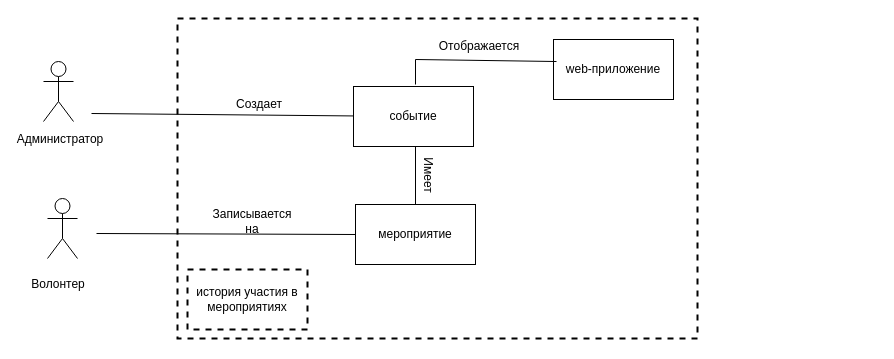
Before: Диаграмма без названия.drawio in Alexander-Bankov/draw, a draw.io diagram. Source tidied: cells renumbered, new cells numbered last; positions are measured from the earlier drawing's top-left corner, leaving out a move shared by most shapes. Both pictures are drawn from the tidied source at 100%, with x=0, y=0 at pixel (28, 18).
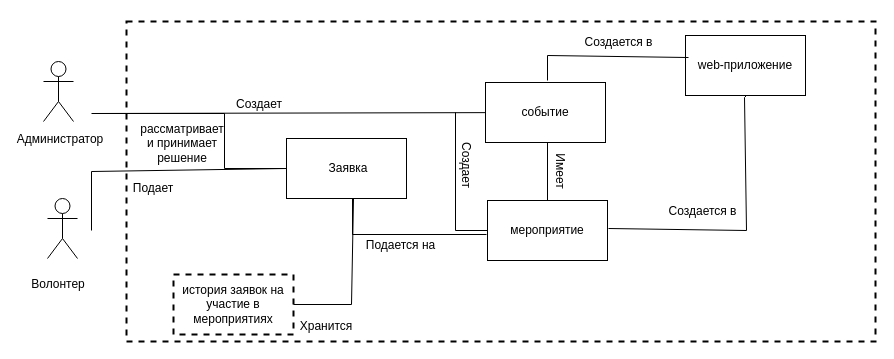
After the change.

The edit, as a diff of the source:
```diff
@@
     <mxCell id="4" style="rounded=0;whiteSpace=wrap;html=1;dashed=1;strokeWidth=2;" parent="1" vertex="1">
-      <mxGeometry x="149" width="520" height="320" as="geometry" />
+      <mxGeometry x="98" y="3" width="749" height="320" as="geometry" />
     </mxCell>
     <mxCell id="5" value="web-приложение" style="rounded=0;whiteSpace=wrap;html=1;" parent="1" vertex="1">
-      <mxGeometry x="525" y="21" width="120" height="60" as="geometry" />
+      <mxGeometry x="657" y="17" width="120" height="60" as="geometry" />
     </mxCell>
     <mxCell id="6" value="событие" style="rounded=0;whiteSpace=wrap;html=1;" parent="1" vertex="1">
-      <mxGeometry x="325" y="68" width="120" height="60" as="geometry" />
+      <mxGeometry x="457" y="64" width="120" height="60" as="geometry" />
     </mxCell>
     <mxCell id="7" value="мероприятие" style="rounded=0;whiteSpace=wrap;html=1;" parent="1" vertex="1">
-      <mxGeometry x="327" y="186" width="120" height="60" as="geometry" />
+      <mxGeometry x="459" y="182" width="120" height="60" as="geometry" />
     </mxCell>
@@
     <mxCell id="10" style="endArrow=none;html=1;rounded=0;entryX=0.025;entryY=0.367;entryDx=0;entryDy=0;entryPerimeter=0;" parent="1" edge="1" target="5">
       <mxGeometry relative="1" as="geometry">
-        <mxPoint x="387" y="66" as="sourcePoint" />
+        <mxPoint x="519" y="62" as="sourcePoint" />
         <Array as="points">
-          <mxPoint x="387" y="41" />
+          <mxPoint x="519" y="37" />
         </Array>
       </mxGeometry>
     </mxCell>
-    <mxCell id="11" value="Отображается" style="text;html=1;align=center;verticalAlign=middle;whiteSpace=wrap;rounded=0;" parent="1" vertex="1">
-      <mxGeometry x="421" y="13" width="60" height="30" as="geometry" />
+    <mxCell id="11" value="Создается в" style="text;html=1;align=center;verticalAlign=middle;whiteSpace=wrap;rounded=0;" parent="1" vertex="1">
+      <mxGeometry x="553" y="9" width="75" height="30" as="geometry" />
     </mxCell>
     <mxCell id="12" style="endArrow=none;html=1;rounded=0;exitX=0.5;exitY=0;exitDx=0;exitDy=0;" parent="1" edge="1" source="7">
       <mxGeometry relative="1" as="geometry">
-        <mxPoint x="387" y="128" as="targetPoint" />
+        <mxPoint x="519" y="124" as="targetPoint" />
       </mxGeometry>
     </mxCell>
     <mxCell id="13" value="Имеет" style="text;html=1;align=center;verticalAlign=middle;whiteSpace=wrap;rounded=0;rotation=90;" parent="1" vertex="1">
-      <mxGeometry x="370" y="142" width="60" height="30" as="geometry" />
+      <mxGeometry x="502" y="138" width="60" height="30" as="geometry" />
     </mxCell>
-    <mxCell id="14" value="история участия в мероприятиях" style="rounded=0;whiteSpace=wrap;html=1;dashed=1;strokeWidth=2;" parent="1" vertex="1">
-      <mxGeometry x="159" y="251" width="120" height="60" as="geometry" />
+    <mxCell id="14" value="история заявок на участие в мероприятиях" style="rounded=0;whiteSpace=wrap;html=1;dashed=1;strokeWidth=2;" parent="1" vertex="1">
+      <mxGeometry x="145" y="256" width="120" height="60" as="geometry" />
     </mxCell>
@@
-    <mxCell id="17" style="endArrow=none;html=1;rounded=0;entryX=0;entryY=0.5;entryDx=0;entryDy=0;" parent="1" edge="1" target="7">
-      <mxGeometry relative="1" as="geometry">
-        <mxPoint x="68" y="215" as="sourcePoint" />
-      </mxGeometry>
-    </mxCell>
-    <mxCell id="18" value="Записывается на" style="text;html=1;align=center;verticalAlign=middle;whiteSpace=wrap;rounded=0;" parent="1" vertex="1">
-      <mxGeometry x="194" y="188" width="60" height="30" as="geometry" />
-    </mxCell>
+    <mxCell id="19" value="Создает" style="text;html=1;align=center;verticalAlign=middle;whiteSpace=wrap;rounded=0;rotation=90;" parent="1" vertex="1">
+      <mxGeometry x="408" y="132" width="60" height="30" as="geometry" />
+    </mxCell>
+    <mxCell id="20" style="endArrow=none;html=1;rounded=0;" parent="1" edge="1">
+      <mxGeometry relative="1" as="geometry">
+        <mxPoint x="580" y="210" as="sourcePoint" />
+        <mxPoint x="718" y="77" as="targetPoint" />
+        <Array as="points">
+          <mxPoint x="718" y="212" />
+          <mxPoint x="716" y="79" />
+        </Array>
+      </mxGeometry>
+    </mxCell>
+    <mxCell id="21" value="Создается в" style="text;html=1;align=center;verticalAlign=middle;whiteSpace=wrap;rounded=0;" parent="1" vertex="1">
+      <mxGeometry x="637" y="178" width="75" height="30" as="geometry" />
+    </mxCell>
+    <mxCell id="22" style="rounded=0;whiteSpace=wrap;html=1;" parent="1" vertex="1">
+      <mxGeometry x="258" y="120" width="120" height="60" as="geometry" />
+    </mxCell>
+    <mxCell id="23" style="endArrow=none;html=1;rounded=0;entryX=0;entryY=0.5;entryDx=0;entryDy=0;" parent="1" edge="1" target="22">
+      <mxGeometry relative="1" as="geometry">
+        <mxPoint x="63" y="212" as="sourcePoint" />
+        <Array as="points">
+          <mxPoint x="63" y="153" />
+        </Array>
+      </mxGeometry>
+    </mxCell>
+    <mxCell id="24" value="Подает" style="text;html=1;align=center;verticalAlign=middle;whiteSpace=wrap;rounded=0;" parent="1" vertex="1">
+      <mxGeometry x="95" y="155" width="60" height="30" as="geometry" />
+    </mxCell>
+    <mxCell id="25" value="Заявка" style="text;html=1;align=center;verticalAlign=middle;whiteSpace=wrap;rounded=0;" parent="1" vertex="1">
+      <mxGeometry x="290" y="135" width="60" height="30" as="geometry" />
+    </mxCell>
+    <mxCell id="26" style="endArrow=none;html=1;rounded=0;" parent="1" edge="1">
+      <mxGeometry relative="1" as="geometry">
+        <mxPoint x="458" y="216" as="sourcePoint" />
+        <mxPoint x="324" y="180" as="targetPoint" />
+        <Array as="points">
+          <mxPoint x="324" y="216" />
+        </Array>
+      </mxGeometry>
+    </mxCell>
+    <mxCell id="27" value="Подается на" style="text;html=1;align=center;verticalAlign=middle;whiteSpace=wrap;rounded=0;" parent="1" vertex="1">
+      <mxGeometry x="331" y="212" width="83" height="30" as="geometry" />
+    </mxCell>
+    <mxCell id="28" style="endArrow=none;html=1;rounded=0;exitX=0;exitY=0.5;exitDx=0;exitDy=0;" parent="1" edge="1" source="7">
+      <mxGeometry relative="1" as="geometry">
+        <mxPoint x="427" y="94" as="targetPoint" />
+        <Array as="points">
+          <mxPoint x="427" y="212" />
+        </Array>
+      </mxGeometry>
+    </mxCell>
+    <mxCell id="29" style="endArrow=none;html=1;rounded=0;exitX=1;exitY=0.5;exitDx=0;exitDy=0;" parent="1" edge="1" source="14">
+      <mxGeometry relative="1" as="geometry">
+        <mxPoint x="325" y="180" as="targetPoint" />
+        <Array as="points">
+          <mxPoint x="323" y="286" />
+        </Array>
+      </mxGeometry>
+    </mxCell>
+    <mxCell id="30" value="Хранится" style="text;html=1;align=center;verticalAlign=middle;whiteSpace=wrap;rounded=0;" parent="1" vertex="1">
+      <mxGeometry x="268" y="293" width="60" height="30" as="geometry" />
+    </mxCell>
+    <mxCell id="31" style="endArrow=none;html=1;rounded=0;" parent="1" edge="1">
+      <mxGeometry relative="1" as="geometry">
+        <mxPoint x="64" y="95" as="sourcePoint" />
+        <mxPoint x="256" y="150" as="targetPoint" />
+        <Array as="points">
+          <mxPoint x="196" y="95" />
+          <mxPoint x="196" y="150" />
+        </Array>
+      </mxGeometry>
+    </mxCell>
+    <mxCell id="32" value="рассматривает и принимает решение" style="text;html=1;align=center;verticalAlign=middle;whiteSpace=wrap;rounded=0;" parent="1" vertex="1">
+      <mxGeometry x="124" y="110" width="60" height="30" as="geometry" />
+    </mxCell>
```
